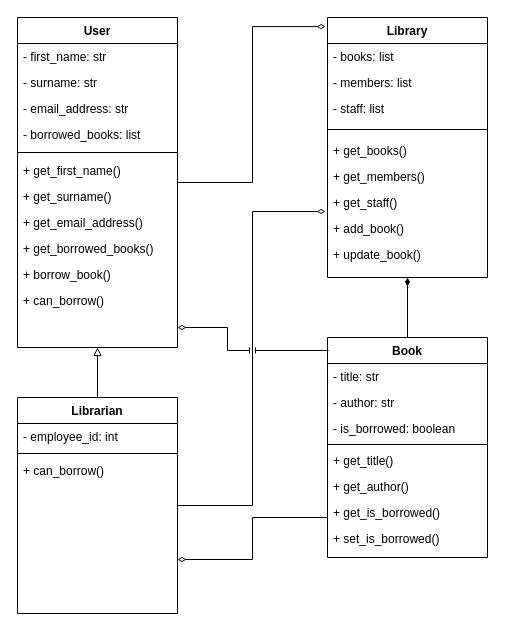
JoshuaBilsland/library-management-system keeps this draw.io diagram as docs/lms_class_diagram.drawio. Above is the earlier version. Source tidied: cells renumbered, new cells numbered last; positions are measured from the earlier drawing's top-left corner, leaving out a move shared by most shapes. Both pictures are drawn from the tidied source at 100%, with x=0, y=0 at pixel (17, 17).
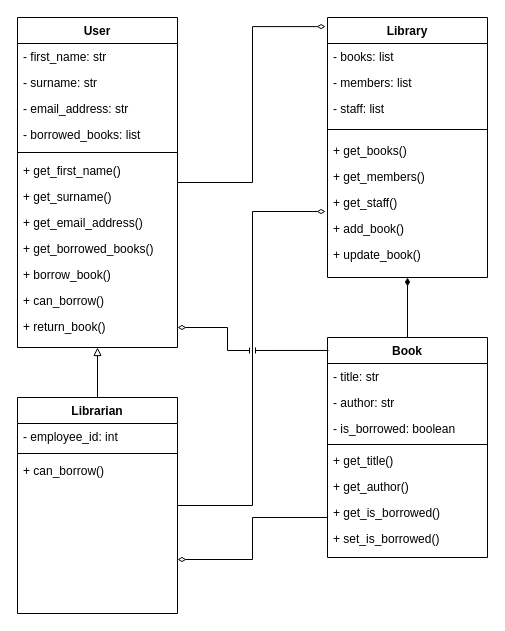
The same diagram, later.

The change refers to these unchanged cells:
```xml
<mxCell id="3" value="User" style="swimlane;fontStyle=1;align=center;verticalAlign=top;horizontal=1;startSize=26;rounded=0;shadow=0;strokeWidth=1;" parent="1" vertex="1">
  <mxGeometry width="160" height="330" as="geometry" />
</mxCell>
```

Change to the diagram source:
```diff
@@
+    <mxCell id="43" value="+ return_book()" style="text;strokeColor=none;fillColor=none;align=left;verticalAlign=top;spacingLeft=4;spacingRight=4;overflow=hidden;whiteSpace=wrap;html=1;" parent="3" vertex="1">
+      <mxGeometry y="296" width="160" height="26" as="geometry" />
+    </mxCell>
```
